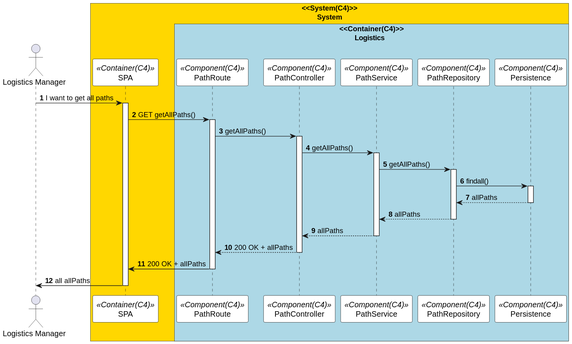
Earlier version of the PlantUML export Documents/Deployment Diagrams/Level 3/Process View/Path/getAllPathSD.svg (0franciscor/dei_3dj_057).
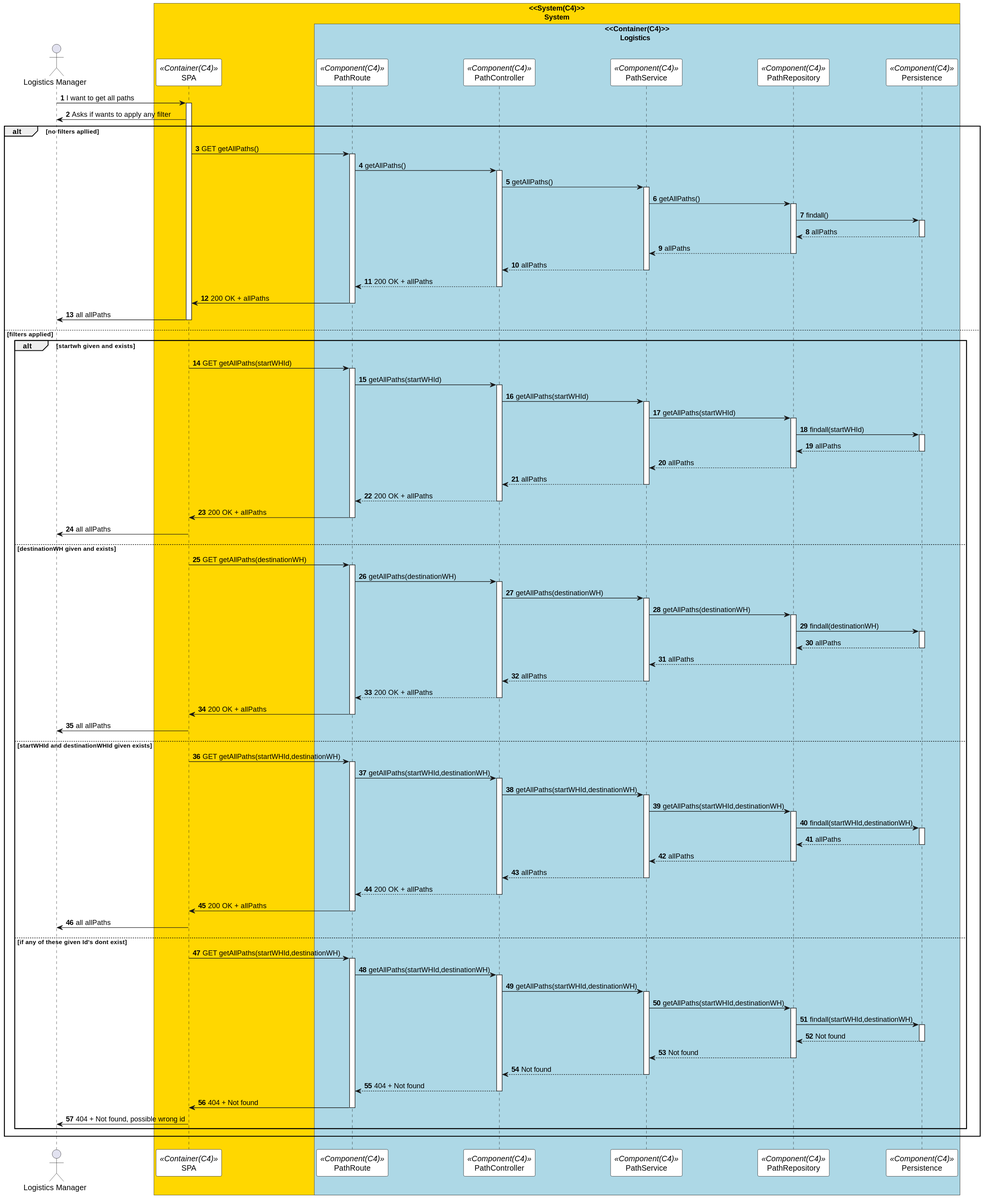
Later version of the same file.

Commit message:
VP Logistics Path Create #43 updated alternatives

Diff of the diagram source:
```diff
@@ -25,6 +25,10 @@
 
 manager -> SPA: I want to get all paths
 activate SPA
+SPA -> manager: Asks if wants to apply any filter
+
+alt no filters apllied
+
 
 SPA -> Route: GET getAllPaths()
 activate Route
@@ -61,5 +65,151 @@
 deactivate SPA
 deactivate manager
 
+else filters applied
+alt startwh given and exists
+
+SPA -> Route: GET getAllPaths(startWHId)
+activate Route
+
+
+Route -> Controller: getAllPaths(startWHId)
+activate Controller
+
+Controller -> Service: getAllPaths(startWHId)
+activate Service
+
+Service -> Repository: getAllPaths(startWHId)
+activate Repository
+
+Repository -> Persistence: findall(startWHId)
+activate Persistence
+
+Persistence --> Repository: allPaths
+deactivate Persistence
+
+Repository --> Service: allPaths
+deactivate Repository
+
+Service --> Controller: allPaths
+deactivate Service
+
+Controller --> Route: 200 OK + allPaths
+deactivate Controller
+
+Route -> SPA: 200 OK + allPaths
+deactivate Route
+
+SPA -> manager: all allPaths
+deactivate SPA
+deactivate manager
+
+else destinationWH given and exists
+SPA -> Route: GET getAllPaths(destinationWH)
+activate Route
+
+
+Route -> Controller: getAllPaths(destinationWH)
+activate Controller
+
+Controller -> Service: getAllPaths(destinationWH)
+activate Service
+
+Service -> Repository: getAllPaths(destinationWH)
+activate Repository
+
+Repository -> Persistence: findall(destinationWH)
+activate Persistence
+
+Persistence --> Repository: allPaths
+deactivate Persistence
+
+Repository --> Service: allPaths
+deactivate Repository
+
+Service --> Controller: allPaths
+deactivate Service
+
+Controller --> Route: 200 OK + allPaths
+deactivate Controller
+
+Route -> SPA: 200 OK + allPaths
+deactivate Route
+
+SPA -> manager: all allPaths
+deactivate SPA
+deactivate manager
+
+else startWHId and destinationWHId given exists
+
+SPA -> Route: GET getAllPaths(startWHId,destinationWH)
+activate Route
+
+
+Route -> Controller: getAllPaths(startWHId,destinationWH)
+activate Controller
+
+Controller -> Service: getAllPaths(startWHId,destinationWH)
+activate Service
+
+Service -> Repository: getAllPaths(startWHId,destinationWH)
+activate Repository
+
+Repository -> Persistence: findall(startWHId,destinationWH)
+activate Persistence
+
+Persistence --> Repository: allPaths
+deactivate Persistence
+
+Repository --> Service: allPaths
+deactivate Repository
+
+Service --> Controller: allPaths
+deactivate Service
+
+Controller --> Route: 200 OK + allPaths
+deactivate Controller
+
+Route -> SPA: 200 OK + allPaths
+deactivate Route
+
+SPA -> manager: all allPaths
+deactivate SPA
+deactivate manager
+
+else if any of these given Id's dont exist
+SPA -> Route: GET getAllPaths(startWHId,destinationWH)
+activate Route
+
+
+Route -> Controller: getAllPaths(startWHId,destinationWH)
+activate Controller
+
+Controller -> Service: getAllPaths(startWHId,destinationWH)
+activate Service
+
+Service -> Repository: getAllPaths(startWHId,destinationWH)
+activate Repository
+
+Repository -> Persistence: findall(startWHId,destinationWH)
+activate Persistence
+
+Persistence --> Repository: Not found
+deactivate Persistence
+
+Repository --> Service: Not found
+deactivate Repository
+
+Service --> Controller: Not found
+deactivate Service
+
+Controller --> Route: 404 + Not found
+deactivate Controller
+
+Route -> SPA: 404 + Not found
+deactivate Route
+
+SPA -> manager: 404 + Not found, possible wrong id
+deactivate SPA
+deactivate manager
 
 @enduml
```
